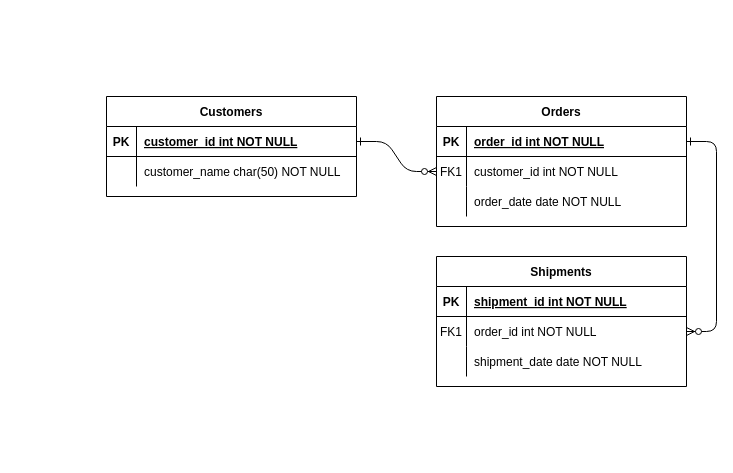
Above: Untitled Diagram.drawio in Sedi213/.NetUML (draw.io), before the change. Source tidied: cells renumbered, new cells numbered last; positions are measured from the earlier drawing's top-left corner, leaving out a move shared by most shapes. Both pictures are drawn from the tidied source at 100%, with x=0, y=0 at pixel (106, 96).
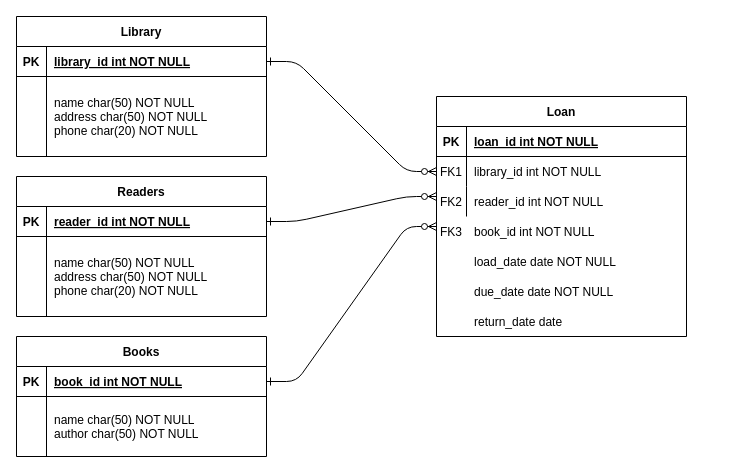
The same page after the edit.

What changed in the source:
```diff
@@
-    <mxCell id="2" style="edgeStyle=entityRelationEdgeStyle;endArrow=ERzeroToMany;startArrow=ERone;endFill=1;startFill=0;" parent="1" edge="1" source="25" target="8">
+    <mxCell id="2" style="edgeStyle=entityRelationEdgeStyle;endArrow=ERzeroToMany;startArrow=ERone;endFill=1;startFill=0;labelBackgroundColor=none;fontColor=default;" parent="1" edge="1" source="25" target="8">
       <mxGeometry relative="1" as="geometry" />
     </mxCell>
-    <mxCell id="3" style="edgeStyle=entityRelationEdgeStyle;endArrow=ERzeroToMany;startArrow=ERone;endFill=1;startFill=0;" parent="1" edge="1" source="5" target="18">
-      <mxGeometry relative="1" as="geometry" />
-    </mxCell>
-    <mxCell id="4" value="Orders" style="shape=table;startSize=30;childLayout=tableLayout;rowLines=0;fontStyle=1;align=center;" parent="1" vertex="1">
-      <mxGeometry x="330" width="250" height="130" as="geometry" />
+    <mxCell id="4" value="Loan" style="shape=table;startSize=30;childLayout=tableLayout;rowLines=0;fontStyle=1;align=center;labelBackgroundColor=none;" parent="1" vertex="1">
+      <mxGeometry x="330" width="250" height="240" as="geometry" />
     </mxCell>
-    <mxCell id="5" style="shape=partialRectangle;fillColor=none;points=[[0,0.5],[1,0.5]];portConstraint=eastwest;top=0;left=0;right=0;bottom=1;" parent="4" vertex="1">
+    <mxCell id="5" style="shape=partialRectangle;fillColor=none;points=[[0,0.5],[1,0.5]];portConstraint=eastwest;top=0;left=0;right=0;bottom=1;labelBackgroundColor=none;" parent="4" vertex="1">
       <mxGeometry y="30" width="250" height="30" as="geometry" />
     </mxCell>
-    <mxCell id="6" value="PK" style="shape=partialRectangle;overflow=hidden;fillColor=none;top=0;left=0;bottom=0;right=0;fontStyle=1;" parent="5" vertex="1">
+    <mxCell id="6" value="PK" style="shape=partialRectangle;overflow=hidden;fillColor=none;top=0;left=0;bottom=0;right=0;fontStyle=1;labelBackgroundColor=none;" parent="5" vertex="1">
       <mxGeometry width="30" height="30" as="geometry" />
     </mxCell>
-    <mxCell id="7" value="order_id int NOT NULL " style="shape=partialRectangle;overflow=hidden;fillColor=none;top=0;left=0;bottom=0;right=0;align=left;spacingLeft=6;fontStyle=5;" parent="5" vertex="1">
+    <mxCell id="7" value="loan_id int NOT NULL " style="shape=partialRectangle;overflow=hidden;fillColor=none;top=0;left=0;bottom=0;right=0;align=left;spacingLeft=6;fontStyle=5;labelBackgroundColor=none;" parent="5" vertex="1">
       <mxGeometry x="30" width="220" height="30" as="geometry" />
     </mxCell>
-    <mxCell id="8" style="shape=partialRectangle;fillColor=none;points=[[0,0.5],[1,0.5]];portConstraint=eastwest;top=0;left=0;right=0;bottom=0;" parent="4" vertex="1">
+    <mxCell id="8" style="shape=partialRectangle;fillColor=none;points=[[0,0.5],[1,0.5]];portConstraint=eastwest;top=0;left=0;right=0;bottom=0;labelBackgroundColor=none;" parent="4" vertex="1">
       <mxGeometry y="60" width="250" height="30" as="geometry" />
     </mxCell>
-    <mxCell id="9" value="FK1" style="shape=partialRectangle;overflow=hidden;fillColor=none;top=0;left=0;bottom=0;right=0;" parent="8" vertex="1">
+    <mxCell id="9" value="FK1" style="shape=partialRectangle;overflow=hidden;fillColor=none;top=0;left=0;bottom=0;right=0;labelBackgroundColor=none;" parent="8" vertex="1">
       <mxGeometry width="30" height="30" as="geometry" />
     </mxCell>
-    <mxCell id="10" value="customer_id int NOT NULL" style="shape=partialRectangle;overflow=hidden;fillColor=none;top=0;left=0;bottom=0;right=0;align=left;spacingLeft=6;" parent="8" vertex="1">
+    <mxCell id="10" value="library_id int NOT NULL" style="shape=partialRectangle;overflow=hidden;fillColor=none;top=0;left=0;bottom=0;right=0;align=left;spacingLeft=6;labelBackgroundColor=none;" parent="8" vertex="1">
       <mxGeometry x="30" width="220" height="30" as="geometry" />
     </mxCell>
-    <mxCell id="11" style="shape=partialRectangle;fillColor=none;top=0;left=0;right=0;bottom=0;" parent="4" vertex="1">
+    <mxCell id="11" style="shape=partialRectangle;fillColor=none;top=0;left=0;right=0;bottom=0;labelBackgroundColor=none;" parent="4" vertex="1">
       <mxGeometry y="90" width="250" height="30" as="geometry" />
     </mxCell>
-    <mxCell id="12" style="shape=partialRectangle;overflow=hidden;fillColor=none;top=0;left=0;bottom=0;right=0;" parent="11" vertex="1">
+    <mxCell id="12" style="shape=partialRectangle;overflow=hidden;fillColor=none;top=0;left=0;bottom=0;right=0;labelBackgroundColor=none;" parent="11" vertex="1">
       <mxGeometry width="30" height="30" as="geometry" />
     </mxCell>
-    <mxCell id="13" value="order_date date NOT NULL" style="shape=partialRectangle;overflow=hidden;fillColor=none;top=0;left=0;bottom=0;right=0;align=left;spacingLeft=6;" parent="11" vertex="1">
+    <mxCell id="13" value="reader_id int NOT NULL" style="shape=partialRectangle;overflow=hidden;fillColor=none;top=0;left=0;bottom=0;right=0;align=left;spacingLeft=6;labelBackgroundColor=none;" parent="11" vertex="1">
       <mxGeometry x="30" width="220" height="30" as="geometry" />
     </mxCell>
-    <mxCell id="14" value="Shipments" style="shape=table;startSize=30;childLayout=tableLayout;rowLines=0;fontStyle=1;align=center;" parent="1" vertex="1">
-      <mxGeometry x="330" y="160" width="250" height="130" as="geometry" />
-    </mxCell>
-    <mxCell id="15" style="shape=partialRectangle;fillColor=none;top=0;left=0;right=0;bottom=1;" parent="14" vertex="1">
-      <mxGeometry y="30" width="250" height="30" as="geometry" />
-    </mxCell>
-    <mxCell id="16" value="PK" style="shape=partialRectangle;overflow=hidden;fillColor=none;top=0;left=0;bottom=0;right=0;fontStyle=1;" parent="15" vertex="1">
-      <mxGeometry width="30" height="30" as="geometry" />
-    </mxCell>
-    <mxCell id="17" value="shipment_id int NOT NULL " style="shape=partialRectangle;overflow=hidden;fillColor=none;top=0;left=0;bottom=0;right=0;align=left;spacingLeft=6;fontStyle=5;" parent="15" vertex="1">
-      <mxGeometry x="30" width="220" height="30" as="geometry" />
-    </mxCell>
-    <mxCell id="18" style="shape=partialRectangle;fillColor=none;points=[[0,0.5],[1,0.5]];portConstraint=eastwest;top=0;left=0;right=0;bottom=0;" parent="14" vertex="1">
-      <mxGeometry y="60" width="250" height="30" as="geometry" />
-    </mxCell>
-    <mxCell id="19" value="FK1" style="shape=partialRectangle;overflow=hidden;fillColor=none;top=0;left=0;bottom=0;right=0;" parent="18" vertex="1">
-      <mxGeometry width="30" height="30" as="geometry" />
-    </mxCell>
-    <mxCell id="20" value="order_id int NOT NULL" style="shape=partialRectangle;overflow=hidden;fillColor=none;top=0;left=0;bottom=0;right=0;align=left;spacingLeft=6;" parent="18" vertex="1">
-      <mxGeometry x="30" width="220" height="30" as="geometry" />
-    </mxCell>
-    <mxCell id="21" style="shape=partialRectangle;fillColor=none;top=0;left=0;right=0;bottom=0;" parent="14" vertex="1">
-      <mxGeometry y="90" width="250" height="30" as="geometry" />
-    </mxCell>
-    <mxCell id="22" style="shape=partialRectangle;overflow=hidden;fillColor=none;top=0;left=0;bottom=0;right=0;" parent="21" vertex="1">
-      <mxGeometry width="30" height="30" as="geometry" />
-    </mxCell>
-    <mxCell id="23" value="shipment_date date NOT NULL" style="shape=partialRectangle;overflow=hidden;fillColor=none;top=0;left=0;bottom=0;right=0;align=left;spacingLeft=6;" parent="21" vertex="1">
-      <mxGeometry x="30" width="220" height="30" as="geometry" />
-    </mxCell>
-    <mxCell id="24" value="Customers" style="shape=table;startSize=30;childLayout=tableLayout;rowLines=0;fontStyle=1;align=center;" parent="1" vertex="1">
-      <mxGeometry width="250" height="100" as="geometry" />
+    <mxCell id="24" value="Library" style="shape=table;startSize=30;childLayout=tableLayout;rowLines=0;fontStyle=1;align=center;labelBackgroundColor=none;" parent="1" vertex="1">
+      <mxGeometry x="-90" y="-80" width="250" height="140" as="geometry" />
     </mxCell>
-    <mxCell id="25" style="shape=partialRectangle;fillColor=none;points=[[0,0.5],[1,0.5]];portConstraint=eastwest;top=0;left=0;right=0;bottom=1;" parent="24" vertex="1">
+    <mxCell id="25" style="shape=partialRectangle;fillColor=none;points=[[0,0.5],[1,0.5]];portConstraint=eastwest;top=0;left=0;right=0;bottom=1;labelBackgroundColor=none;" parent="24" vertex="1">
       <mxGeometry y="30" width="250" height="30" as="geometry" />
     </mxCell>
-    <mxCell id="26" value="PK" style="shape=partialRectangle;overflow=hidden;fillColor=none;top=0;left=0;bottom=0;right=0;fontStyle=1;" parent="25" vertex="1">
+    <mxCell id="26" value="PK" style="shape=partialRectangle;overflow=hidden;fillColor=none;top=0;left=0;bottom=0;right=0;fontStyle=1;labelBackgroundColor=none;" parent="25" vertex="1">
       <mxGeometry width="30" height="30" as="geometry" />
     </mxCell>
-    <mxCell id="27" value="customer_id int NOT NULL " style="shape=partialRectangle;overflow=hidden;fillColor=none;top=0;left=0;bottom=0;right=0;align=left;spacingLeft=6;fontStyle=5;" parent="25" vertex="1">
+    <mxCell id="27" value="library_id int NOT NULL " style="shape=partialRectangle;overflow=hidden;fillColor=none;top=0;left=0;bottom=0;right=0;align=left;spacingLeft=6;fontStyle=5;labelBackgroundColor=none;" parent="25" vertex="1">
       <mxGeometry x="30" width="220" height="30" as="geometry" />
     </mxCell>
-    <mxCell id="28" style="shape=partialRectangle;fillColor=none;top=0;left=0;right=0;bottom=0;" parent="24" vertex="1">
-      <mxGeometry y="60" width="250" height="30" as="geometry" />
+    <mxCell id="28" style="shape=partialRectangle;fillColor=none;top=0;left=0;right=0;bottom=0;labelBackgroundColor=none;" parent="24" vertex="1">
+      <mxGeometry y="60" width="250" height="80" as="geometry" />
     </mxCell>
-    <mxCell id="29" style="shape=partialRectangle;overflow=hidden;fillColor=none;top=0;left=0;bottom=0;right=0;" parent="28" vertex="1">
-      <mxGeometry width="30" height="30" as="geometry" />
+    <mxCell id="29" style="shape=partialRectangle;overflow=hidden;fillColor=none;top=0;left=0;bottom=0;right=0;labelBackgroundColor=none;" parent="28" vertex="1">
+      <mxGeometry width="30" height="80" as="geometry" />
     </mxCell>
-    <mxCell id="30" value="customer_name char(50) NOT NULL" style="shape=partialRectangle;overflow=hidden;fillColor=none;top=0;left=0;bottom=0;right=0;align=left;spacingLeft=6;" parent="28" vertex="1">
-      <mxGeometry x="30" width="220" height="30" as="geometry" />
+    <mxCell id="30" value="name char(50) NOT NULL&#10;address char(50) NOT NULL&#10;phone char(20) NOT NULL" style="shape=partialRectangle;overflow=hidden;fillColor=none;top=0;left=0;bottom=0;right=0;align=left;spacingLeft=6;labelBackgroundColor=none;" parent="28" vertex="1">
+      <mxGeometry x="30" width="220" height="80" as="geometry" />
     </mxCell>
+    <mxCell id="31" style="shape=partialRectangle;fillColor=none;top=0;left=0;right=0;bottom=0;labelBackgroundColor=none;" parent="1" vertex="1">
+      <mxGeometry x="330" y="120" width="250" height="30" as="geometry" />
+    </mxCell>
+    <mxCell id="32" style="shape=partialRectangle;overflow=hidden;fillColor=none;top=0;left=0;bottom=0;right=0;labelBackgroundColor=none;" parent="31" vertex="1">
+      <mxGeometry width="30" height="30" as="geometry" />
+    </mxCell>
+    <mxCell id="33" value="book_id int NOT NULL" style="shape=partialRectangle;overflow=hidden;fillColor=none;top=0;left=0;bottom=0;right=0;align=left;spacingLeft=6;labelBackgroundColor=none;" parent="31" vertex="1">
+      <mxGeometry x="30" width="220" height="30" as="geometry" />
+    </mxCell>
+    <mxCell id="34" style="shape=partialRectangle;overflow=hidden;fillColor=none;top=0;left=0;bottom=0;right=0;labelBackgroundColor=none;" parent="1" vertex="1">
+      <mxGeometry x="330" y="120" width="30" height="30" as="geometry" />
+    </mxCell>
+    <mxCell id="35" style="shape=partialRectangle;fillColor=none;top=0;left=0;right=0;bottom=0;labelBackgroundColor=none;" parent="1" vertex="1">
+      <mxGeometry x="330" y="150" width="250" height="30" as="geometry" />
+    </mxCell>
+    <mxCell id="36" style="shape=partialRectangle;overflow=hidden;fillColor=none;top=0;left=0;bottom=0;right=0;labelBackgroundColor=none;" parent="35" vertex="1">
+      <mxGeometry width="30" height="30" as="geometry" />
+    </mxCell>
+    <mxCell id="37" value="load_date date NOT NULL" style="shape=partialRectangle;overflow=hidden;fillColor=none;top=0;left=0;bottom=0;right=0;align=left;spacingLeft=6;labelBackgroundColor=none;" parent="35" vertex="1">
+      <mxGeometry x="30" width="220" height="30" as="geometry" />
+    </mxCell>
+    <mxCell id="38" value="return_date date" style="shape=partialRectangle;overflow=hidden;fillColor=none;top=0;left=0;bottom=0;right=0;align=left;spacingLeft=6;labelBackgroundColor=none;" parent="1" vertex="1">
+      <mxGeometry x="360" y="210" width="220" height="30" as="geometry" />
+    </mxCell>
+    <mxCell id="39" value="due_date date NOT NULL" style="shape=partialRectangle;overflow=hidden;fillColor=none;top=0;left=0;bottom=0;right=0;align=left;spacingLeft=6;labelBackgroundColor=none;" parent="1" vertex="1">
+      <mxGeometry x="360" y="180" width="220" height="30" as="geometry" />
+    </mxCell>
+    <mxCell id="40" value="FK2" style="shape=partialRectangle;overflow=hidden;fillColor=none;top=0;left=0;bottom=0;right=0;labelBackgroundColor=none;" parent="1" vertex="1">
+      <mxGeometry x="330" y="90" width="30" height="30" as="geometry" />
+    </mxCell>
+    <mxCell id="41" value="FK3" style="shape=partialRectangle;overflow=hidden;fillColor=none;top=0;left=0;bottom=0;right=0;labelBackgroundColor=none;" parent="1" vertex="1">
+      <mxGeometry x="330" y="120" width="30" height="30" as="geometry" />
+    </mxCell>
+    <mxCell id="42" value="Readers" style="shape=table;startSize=30;childLayout=tableLayout;rowLines=0;fontStyle=1;align=center;labelBackgroundColor=none;" parent="1" vertex="1">
+      <mxGeometry x="-90" y="80" width="250" height="140" as="geometry" />
+    </mxCell>
+    <mxCell id="43" style="shape=partialRectangle;fillColor=none;points=[[0,0.5],[1,0.5]];portConstraint=eastwest;top=0;left=0;right=0;bottom=1;labelBackgroundColor=none;" parent="42" vertex="1">
+      <mxGeometry y="30" width="250" height="30" as="geometry" />
+    </mxCell>
+    <mxCell id="44" value="PK" style="shape=partialRectangle;overflow=hidden;fillColor=none;top=0;left=0;bottom=0;right=0;fontStyle=1;labelBackgroundColor=none;" parent="43" vertex="1">
+      <mxGeometry width="30" height="30" as="geometry" />
+    </mxCell>
+    <mxCell id="45" value="reader_id int NOT NULL " style="shape=partialRectangle;overflow=hidden;fillColor=none;top=0;left=0;bottom=0;right=0;align=left;spacingLeft=6;fontStyle=5;labelBackgroundColor=none;" parent="43" vertex="1">
+      <mxGeometry x="30" width="220" height="30" as="geometry" />
+    </mxCell>
+    <mxCell id="46" style="shape=partialRectangle;fillColor=none;top=0;left=0;right=0;bottom=0;labelBackgroundColor=none;" parent="42" vertex="1">
+      <mxGeometry y="60" width="250" height="80" as="geometry" />
+    </mxCell>
+    <mxCell id="47" style="shape=partialRectangle;overflow=hidden;fillColor=none;top=0;left=0;bottom=0;right=0;labelBackgroundColor=none;" parent="46" vertex="1">
+      <mxGeometry width="30" height="80" as="geometry" />
+    </mxCell>
+    <mxCell id="48" value="name char(50) NOT NULL&#10;address char(50) NOT NULL&#10;phone char(20) NOT NULL" style="shape=partialRectangle;overflow=hidden;fillColor=none;top=0;left=0;bottom=0;right=0;align=left;spacingLeft=6;labelBackgroundColor=none;" parent="46" vertex="1">
+      <mxGeometry x="30" width="220" height="80" as="geometry" />
+    </mxCell>
+    <mxCell id="49" value="Books" style="shape=table;startSize=30;childLayout=tableLayout;rowLines=0;fontStyle=1;align=center;labelBackgroundColor=none;" parent="1" vertex="1">
+      <mxGeometry x="-90" y="240" width="250" height="120" as="geometry" />
+    </mxCell>
+    <mxCell id="50" style="shape=partialRectangle;fillColor=none;points=[[0,0.5],[1,0.5]];portConstraint=eastwest;top=0;left=0;right=0;bottom=1;labelBackgroundColor=none;" parent="49" vertex="1">
+      <mxGeometry y="30" width="250" height="30" as="geometry" />
+    </mxCell>
+    <mxCell id="51" value="PK" style="shape=partialRectangle;overflow=hidden;fillColor=none;top=0;left=0;bottom=0;right=0;fontStyle=1;labelBackgroundColor=none;" parent="50" vertex="1">
+      <mxGeometry width="30" height="30" as="geometry" />
+    </mxCell>
+    <mxCell id="52" value="book_id int NOT NULL " style="shape=partialRectangle;overflow=hidden;fillColor=none;top=0;left=0;bottom=0;right=0;align=left;spacingLeft=6;fontStyle=5;labelBackgroundColor=none;" parent="50" vertex="1">
+      <mxGeometry x="30" width="220" height="30" as="geometry" />
+    </mxCell>
+    <mxCell id="53" style="shape=partialRectangle;fillColor=none;top=0;left=0;right=0;bottom=0;labelBackgroundColor=none;" parent="49" vertex="1">
+      <mxGeometry y="60" width="250" height="60" as="geometry" />
+    </mxCell>
+    <mxCell id="54" style="shape=partialRectangle;overflow=hidden;fillColor=none;top=0;left=0;bottom=0;right=0;labelBackgroundColor=none;" parent="53" vertex="1">
+      <mxGeometry width="30" height="60" as="geometry" />
+    </mxCell>
+    <mxCell id="55" value="name char(50) NOT NULL&#10;author char(50) NOT NULL" style="shape=partialRectangle;overflow=hidden;fillColor=none;top=0;left=0;bottom=0;right=0;align=left;spacingLeft=6;labelBackgroundColor=none;" parent="53" vertex="1">
+      <mxGeometry x="30" width="220" height="60" as="geometry" />
+    </mxCell>
+    <mxCell id="56" style="edgeStyle=entityRelationEdgeStyle;endArrow=ERzeroToMany;startArrow=ERone;endFill=1;startFill=0;labelBackgroundColor=none;fontColor=default;exitX=1;exitY=0.5;exitDx=0;exitDy=0;" parent="1" edge="1" source="43">
+      <mxGeometry relative="1" as="geometry">
+        <mxPoint x="330" y="100" as="targetPoint" />
+      </mxGeometry>
+    </mxCell>
+    <mxCell id="57" style="edgeStyle=entityRelationEdgeStyle;endArrow=ERzeroToMany;startArrow=ERone;endFill=1;startFill=0;labelBackgroundColor=none;fontColor=default;exitX=1;exitY=0.5;exitDx=0;exitDy=0;" parent="1" edge="1" source="50">
+      <mxGeometry relative="1" as="geometry">
+        <mxPoint x="330" y="130" as="targetPoint" />
+      </mxGeometry>
+    </mxCell>
```
